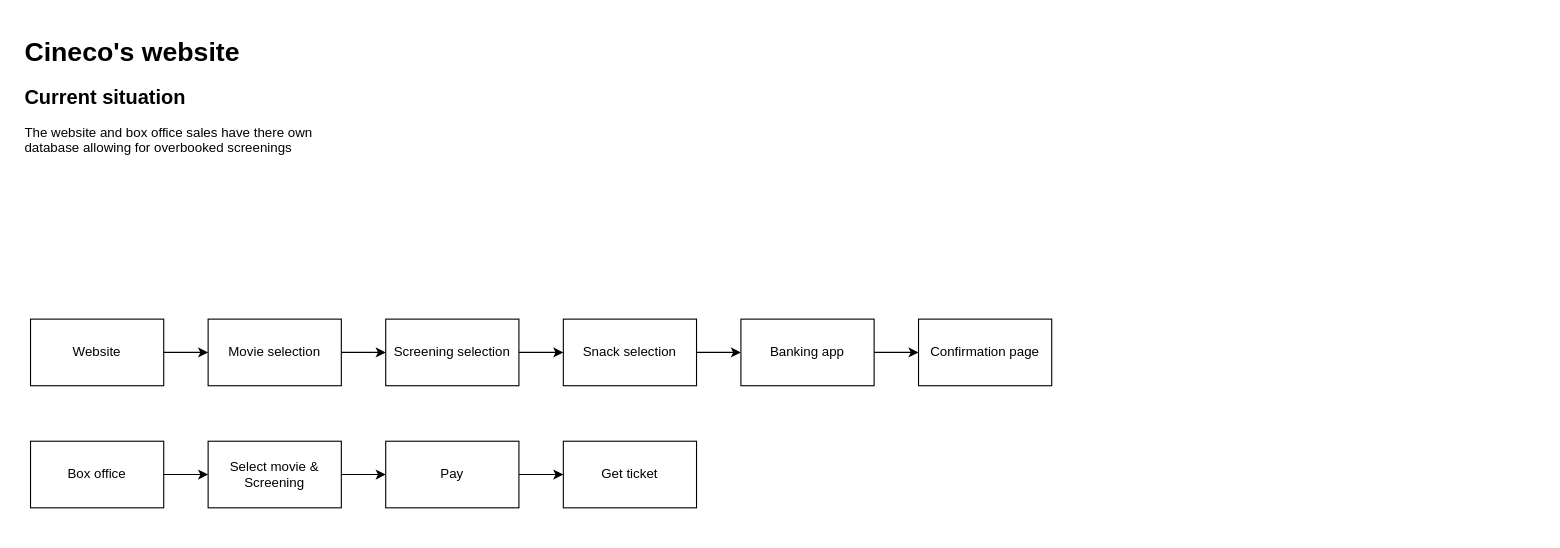
BasGosman-Calco/Business-Analyses keeps this draw.io diagram as Cinema Cineco.drawio. Above is the earlier version. Source tidied: cells renumbered, new cells numbered last; positions are measured from the earlier drawing's top-left corner, leaving out a move shared by most shapes. Both pictures are drawn from the tidied source at 111%, with x=0, y=0 at pixel (19, 30).
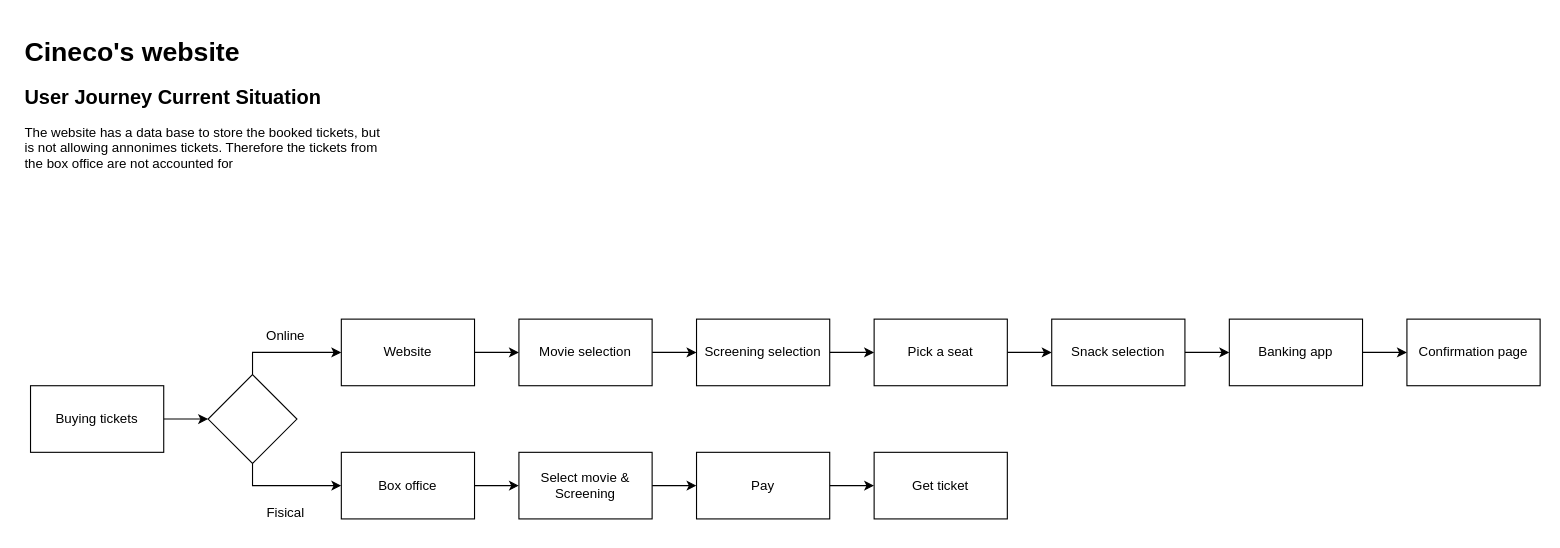
The same page after the edit.

The edit, as a diff of the source:
```diff
@@
-    <mxCell id="2" value="&lt;h1&gt;Cineco's website&lt;br&gt;&lt;/h1&gt;&lt;p&gt;&lt;b&gt;&lt;font style=&quot;font-size: 18px;&quot;&gt;Current situation&lt;/font&gt;&lt;/b&gt;&lt;br&gt;&lt;/p&gt;&lt;p&gt;The website and box office sales have there own database allowing for overbooked screenings&lt;br&gt;&lt;/p&gt;" style="text;html=1;strokeColor=none;fillColor=none;spacing=5;spacingTop=-20;whiteSpace=wrap;overflow=hidden;rounded=0;" parent="1" vertex="1">
-      <mxGeometry width="290" height="130" as="geometry" />
+    <mxCell id="2" value="&lt;h1&gt;Cineco's website&lt;br&gt;&lt;/h1&gt;&lt;p&gt;&lt;b&gt;&lt;font style=&quot;font-size: 18px;&quot;&gt;User Journey Current Situation&lt;/font&gt;&lt;/b&gt;&lt;br&gt;&lt;/p&gt;&lt;p&gt;The website has a data base to store the booked tickets, but is not allowing annonimes tickets. Therefore the tickets from the box office are not accounted for&lt;br&gt;&lt;/p&gt;" style="text;html=1;strokeColor=none;fillColor=none;spacing=5;spacingTop=-20;whiteSpace=wrap;overflow=hidden;rounded=0;" parent="1" vertex="1">
+      <mxGeometry width="330" height="130" as="geometry" />
     </mxCell>
@@
     <mxCell id="4" value="Movie selection" style="rounded=0;whiteSpace=wrap;html=1;" parent="1" vertex="1">
-      <mxGeometry x="170" y="260" width="120" height="60" as="geometry" />
+      <mxGeometry x="450" y="260" width="120" height="60" as="geometry" />
     </mxCell>
-    <mxCell id="5" style="edgeStyle=orthogonalEdgeStyle;rounded=0;jettySize=auto;html=1;" parent="1" edge="1" source="6" target="8">
+    <mxCell id="5" style="edgeStyle=orthogonalEdgeStyle;rounded=0;jettySize=auto;html=1;exitX=1;exitY=0.5;exitDx=0;exitDy=0;" parent="1" edge="1" source="22" target="8">
       <mxGeometry relative="1" as="geometry" />
     </mxCell>
+    <mxCell id="21" style="edgeStyle=orthogonalEdgeStyle;rounded=0;jettySize=auto;html=1;" parent="1" edge="1" source="6" target="22">
+      <mxGeometry relative="1" as="geometry" />
+    </mxCell>
     <mxCell id="6" value="&lt;div&gt;Screening selection&lt;/div&gt;" style="rounded=0;whiteSpace=wrap;html=1;" parent="1" vertex="1">
-      <mxGeometry x="330" y="260" width="120" height="60" as="geometry" />
+      <mxGeometry x="610" y="260" width="120" height="60" as="geometry" />
     </mxCell>
@@
     <mxCell id="8" value="&lt;div&gt;Snack selection&lt;/div&gt;" style="rounded=0;whiteSpace=wrap;html=1;" parent="1" vertex="1">
-      <mxGeometry x="490" y="260" width="120" height="60" as="geometry" />
+      <mxGeometry x="930" y="260" width="120" height="60" as="geometry" />
     </mxCell>
@@
     <mxCell id="10" value="Banking app" style="rounded=0;whiteSpace=wrap;html=1;" parent="1" vertex="1">
-      <mxGeometry x="650" y="260" width="120" height="60" as="geometry" />
+      <mxGeometry x="1090" y="260" width="120" height="60" as="geometry" />
     </mxCell>
     <mxCell id="11" value="Confirmation page" style="rounded=0;whiteSpace=wrap;html=1;" parent="1" vertex="1">
-      <mxGeometry x="810" y="260" width="120" height="60" as="geometry" />
+      <mxGeometry x="1250" y="260" width="120" height="60" as="geometry" />
     </mxCell>
@@
     <mxCell id="13" value="Website" style="rounded=0;whiteSpace=wrap;html=1;" parent="1" vertex="1">
-      <mxGeometry x="10" y="260" width="120" height="60" as="geometry" />
+      <mxGeometry x="290" y="260" width="120" height="60" as="geometry" />
     </mxCell>
@@
     <mxCell id="15" value="Box office" style="rounded=0;whiteSpace=wrap;html=1;" parent="1" vertex="1">
-      <mxGeometry x="10" y="370" width="120" height="60" as="geometry" />
+      <mxGeometry x="290" y="380" width="120" height="60" as="geometry" />
     </mxCell>
@@
     <mxCell id="17" value="Select movie &amp;amp; Screening" style="rounded=0;whiteSpace=wrap;html=1;" parent="1" vertex="1">
-      <mxGeometry x="170" y="370" width="120" height="60" as="geometry" />
+      <mxGeometry x="450" y="380" width="120" height="60" as="geometry" />
     </mxCell>
@@
     <mxCell id="19" value="Pay" style="whiteSpace=wrap;html=1;rounded=0;" parent="1" vertex="1">
-      <mxGeometry x="330" y="370" width="120" height="60" as="geometry" />
+      <mxGeometry x="610" y="380" width="120" height="60" as="geometry" />
     </mxCell>
     <mxCell id="20" value="Get ticket" style="whiteSpace=wrap;html=1;rounded=0;" parent="1" vertex="1">
-      <mxGeometry x="490" y="370" width="120" height="60" as="geometry" />
+      <mxGeometry x="770" y="380" width="120" height="60" as="geometry" />
     </mxCell>
+    <mxCell id="22" value="Pick a seat" style="whiteSpace=wrap;html=1;rounded=0;" parent="1" vertex="1">
+      <mxGeometry x="770" y="260" width="120" height="60" as="geometry" />
+    </mxCell>
+    <mxCell id="23" style="edgeStyle=orthogonalEdgeStyle;rounded=0;jettySize=auto;html=1;entryX=0;entryY=0.5;entryDx=0;entryDy=0;" parent="1" edge="1" source="24" target="27">
+      <mxGeometry relative="1" as="geometry" />
+    </mxCell>
+    <mxCell id="24" value="Buying tickets" style="rounded=0;whiteSpace=wrap;html=1;" parent="1" vertex="1">
+      <mxGeometry x="10" y="320" width="120" height="60" as="geometry" />
+    </mxCell>
+    <mxCell id="25" style="edgeStyle=orthogonalEdgeStyle;rounded=0;jettySize=auto;html=1;exitX=0.5;exitY=0;exitDx=0;exitDy=0;" parent="1" edge="1" source="27" target="13">
+      <mxGeometry relative="1" as="geometry">
+        <Array as="points">
+          <mxPoint x="210" y="290" />
+        </Array>
+      </mxGeometry>
+    </mxCell>
+    <mxCell id="26" style="edgeStyle=orthogonalEdgeStyle;rounded=0;jettySize=auto;html=1;exitX=0.5;exitY=1;exitDx=0;exitDy=0;entryX=0;entryY=0.5;entryDx=0;entryDy=0;" parent="1" edge="1" source="27" target="15">
+      <mxGeometry relative="1" as="geometry">
+        <Array as="points">
+          <mxPoint x="210" y="410" />
+        </Array>
+      </mxGeometry>
+    </mxCell>
+    <mxCell id="27" style="rhombus;whiteSpace=wrap;html=1;" parent="1" vertex="1">
+      <mxGeometry x="170" y="310" width="80" height="80" as="geometry" />
+    </mxCell>
+    <mxCell id="28" value="Fisical" style="text;html=1;strokeColor=none;fillColor=none;align=center;verticalAlign=middle;whiteSpace=wrap;rounded=0;" parent="1" vertex="1">
+      <mxGeometry x="210" y="420" width="60" height="30" as="geometry" />
+    </mxCell>
+    <mxCell id="29" value="Online" style="text;html=1;strokeColor=none;fillColor=none;align=center;verticalAlign=middle;whiteSpace=wrap;rounded=0;" parent="1" vertex="1">
+      <mxGeometry x="210" y="260" width="60" height="30" as="geometry" />
+    </mxCell>
```
